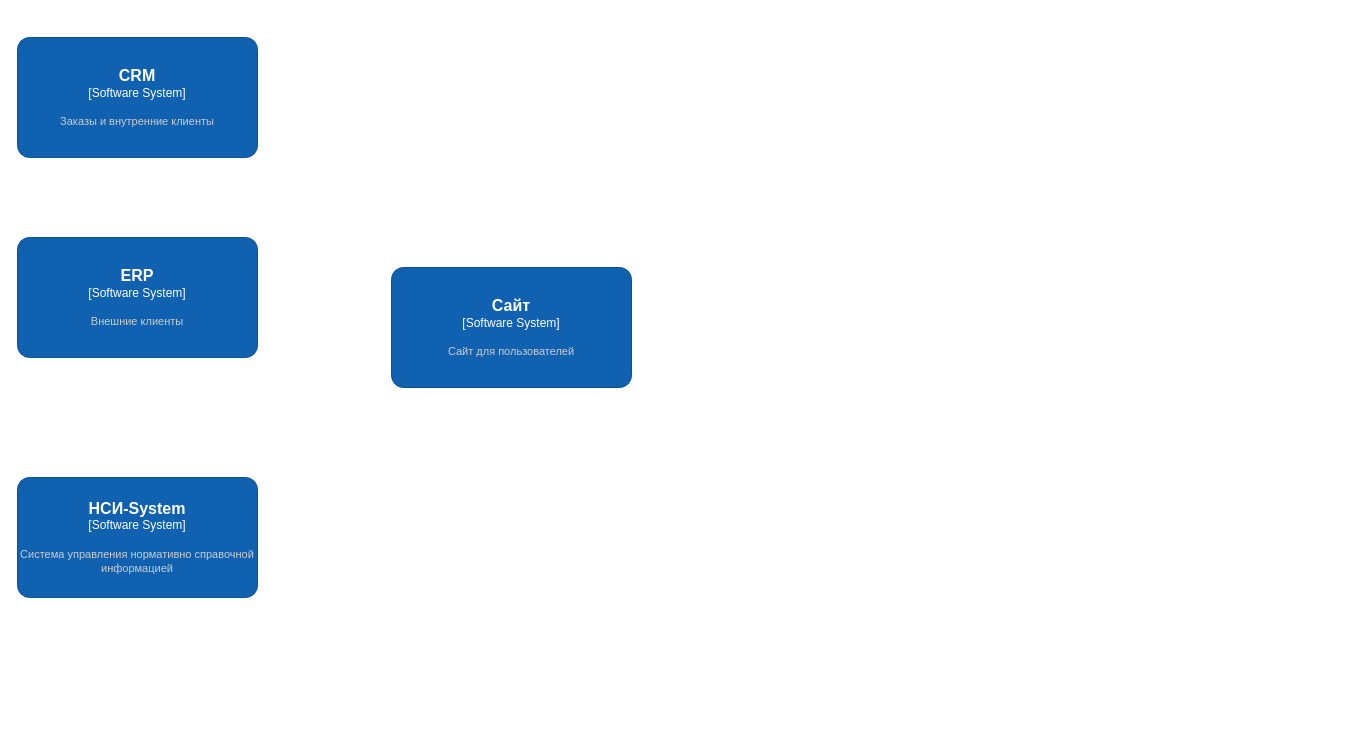
Above: Архитектура решения.drawio in debaucep/system-analyst-course (draw.io), before the change. Source tidied: cells renumbered, new cells numbered last; positions are measured from the earlier drawing's top-left corner, leaving out a move shared by most shapes. Both pictures are drawn from the tidied source at 100%, with x=0, y=0 at pixel (17, 37).
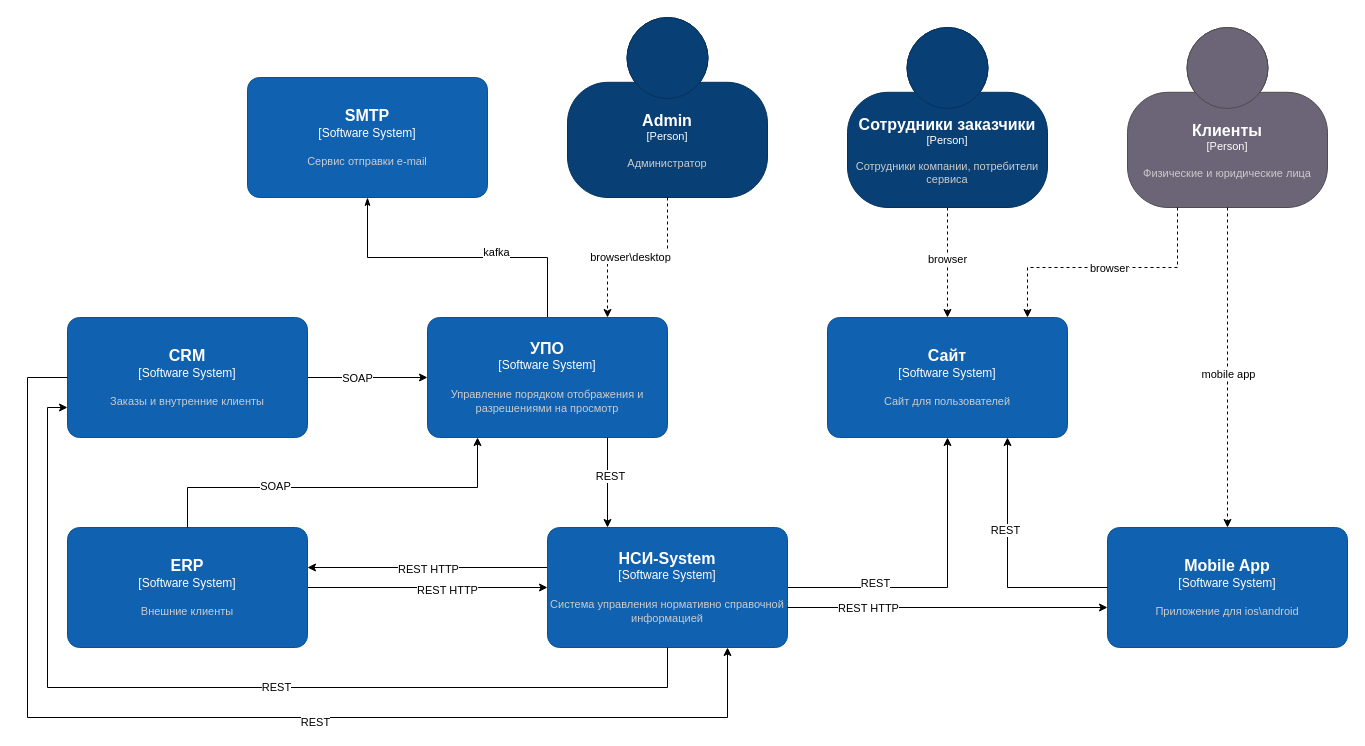
After the change.

Change to the diagram source:
```diff
@@
+    <mxCell id="6" style="edgeStyle=orthogonalEdgeStyle;rounded=0;jettySize=auto;html=1;" parent="1" edge="1" source="2" target="28">
+      <mxGeometry relative="1" as="geometry" />
+    </mxCell>
+    <mxCell id="7" value="SOAP" style="edgeLabel;html=1;align=center;verticalAlign=middle;numbered=0;" parent="6" vertex="1">
+      <mxGeometry x="-0.36" y="1" relative="1" as="geometry">
+        <mxPoint x="11" y="1" as="offset" />
+      </mxGeometry>
+    </mxCell>
     <object id="2" label="&lt;font style=&quot;font-size: 16px&quot;&gt;&lt;b&gt;%c4Name%&lt;/b&gt;&lt;/font&gt;&lt;div&gt;[%c4Type%]&lt;/div&gt;&lt;br&gt;&lt;div&gt;&lt;font style=&quot;font-size: 11px&quot;&gt;&lt;font color=&quot;#cccccc&quot;&gt;%c4Description%&lt;/font&gt;&lt;/div&gt;" c4Description="Заказы и внутренние клиенты" c4Name="CRM" c4Type="Software System" placeholders="1">
       <mxCell style="rounded=1;whiteSpace=wrap;html=1;labelBackgroundColor=none;fillColor=#1061B0;fontColor=#ffffff;align=center;arcSize=10;strokeColor=#0D5091;points=[[0.25,0,0],[0.5,0,0],[0.75,0,0],[1,0.25,0],[1,0.5,0],[1,0.75,0],[0.75,1,0],[0.5,1,0],[0.25,1,0],[0,0.75,0],[0,0.5,0],[0,0.25,0]];" parent="1" vertex="1">
-        <mxGeometry width="240" height="120" as="geometry" />
+        <mxGeometry x="50" y="280" width="240" height="120" as="geometry" />
       </mxCell>
     </object>
     <object id="3" label="&lt;font style=&quot;font-size: 16px&quot;&gt;&lt;b&gt;%c4Name%&lt;/b&gt;&lt;/font&gt;&lt;div&gt;[%c4Type%]&lt;/div&gt;&lt;br&gt;&lt;div&gt;&lt;font style=&quot;font-size: 11px&quot;&gt;&lt;font color=&quot;#cccccc&quot;&gt;%c4Description%&lt;/font&gt;&lt;/div&gt;" c4Description="Сайт для пользователей" c4Name="Сайт" c4Type="Software System" placeholders="1">
       <mxCell style="rounded=1;whiteSpace=wrap;html=1;labelBackgroundColor=none;fillColor=#1061B0;fontColor=#ffffff;align=center;arcSize=10;strokeColor=#0D5091;points=[[0.25,0,0],[0.5,0,0],[0.75,0,0],[1,0.25,0],[1,0.5,0],[1,0.75,0],[0.75,1,0],[0.5,1,0],[0.25,1,0],[0,0.75,0],[0,0.5,0],[0,0.25,0]];" parent="1" vertex="1">
-        <mxGeometry x="374" y="230" width="240" height="120" as="geometry" />
+        <mxGeometry x="810" y="280" width="240" height="120" as="geometry" />
       </mxCell>
     </object>
+    <mxCell id="8" style="edgeStyle=orthogonalEdgeStyle;rounded=0;jettySize=auto;html=1;" parent="1" edge="1" source="4" target="3">
+      <mxGeometry relative="1" as="geometry" />
+    </mxCell>
+    <mxCell id="9" value="REST" style="edgeLabel;html=1;align=center;verticalAlign=middle;numbered=0;" parent="8" vertex="1">
+      <mxGeometry x="-0.44" y="5" relative="1" as="geometry" />
+    </mxCell>
+    <mxCell id="10" style="edgeStyle=orthogonalEdgeStyle;rounded=0;jettySize=auto;html=1;" parent="1" edge="1" source="4" target="5">
+      <mxGeometry relative="1" as="geometry">
+        <Array as="points">
+          <mxPoint x="410" y="530" />
+          <mxPoint x="410" y="530" />
+        </Array>
+      </mxGeometry>
+    </mxCell>
+    <mxCell id="11" value="REST HTTP" style="edgeLabel;html=1;align=center;verticalAlign=middle;numbered=0;" parent="10" vertex="1">
+      <mxGeometry y="1" relative="1" as="geometry" />
+    </mxCell>
     <object id="4" label="&lt;font style=&quot;font-size: 16px&quot;&gt;&lt;b&gt;%c4Name%&lt;/b&gt;&lt;/font&gt;&lt;div&gt;[%c4Type%]&lt;/div&gt;&lt;br&gt;&lt;div&gt;&lt;font style=&quot;font-size: 11px&quot;&gt;&lt;font color=&quot;#cccccc&quot;&gt;%c4Description%&lt;/font&gt;&lt;/div&gt;" c4Description="Система управления нормативно справочной информацией" c4Name="НСИ-System" c4Type="Software System" placeholders="1">
       <mxCell style="rounded=1;whiteSpace=wrap;html=1;labelBackgroundColor=none;fillColor=#1061B0;fontColor=#ffffff;align=center;arcSize=10;strokeColor=#0D5091;points=[[0.25,0,0],[0.5,0,0],[0.75,0,0],[1,0.25,0],[1,0.5,0],[1,0.75,0],[0.75,1,0],[0.5,1,0],[0.25,1,0],[0,0.75,0],[0,0.5,0],[0,0.25,0]];" parent="1" vertex="1">
-        <mxGeometry y="440" width="240" height="120" as="geometry" />
+        <mxGeometry x="530" y="490" width="240" height="120" as="geometry" />
       </mxCell>
     </object>
+    <mxCell id="12" style="edgeStyle=orthogonalEdgeStyle;rounded=0;jettySize=auto;html=1;" parent="1" edge="1" source="5" target="4">
+      <mxGeometry relative="1" as="geometry" />
+    </mxCell>
+    <mxCell id="13" value="REST HTTP" style="edgeLabel;html=1;align=center;verticalAlign=middle;numbered=0;" parent="12" vertex="1">
+      <mxGeometry x="0.16" y="-2" relative="1" as="geometry" />
+    </mxCell>
     <object id="5" label="&lt;font style=&quot;font-size: 16px&quot;&gt;&lt;b&gt;%c4Name%&lt;/b&gt;&lt;/font&gt;&lt;div&gt;[%c4Type%]&lt;/div&gt;&lt;br&gt;&lt;div&gt;&lt;font style=&quot;font-size: 11px&quot;&gt;&lt;font color=&quot;#cccccc&quot;&gt;%c4Description%&lt;/font&gt;&lt;/div&gt;" c4Description="Внешние клиенты" c4Name="ERP" c4Type="Software System" placeholders="1">
       <mxCell style="rounded=1;whiteSpace=wrap;html=1;labelBackgroundColor=none;fillColor=#1061B0;fontColor=#ffffff;align=center;arcSize=10;strokeColor=#0D5091;points=[[0.25,0,0],[0.5,0,0],[0.75,0,0],[1,0.25,0],[1,0.5,0],[1,0.75,0],[0.75,1,0],[0.5,1,0],[0.25,1,0],[0,0.75,0],[0,0.5,0],[0,0.25,0]];" parent="1" vertex="1">
-        <mxGeometry y="200" width="240" height="120" as="geometry" />
+        <mxGeometry x="50" y="490" width="240" height="120" as="geometry" />
       </mxCell>
     </object>
+    <object id="14" label="&lt;font style=&quot;font-size: 16px&quot;&gt;&lt;b&gt;%c4Name%&lt;/b&gt;&lt;/font&gt;&lt;div&gt;[%c4Type%]&lt;/div&gt;&lt;br&gt;&lt;div&gt;&lt;font style=&quot;font-size: 11px&quot;&gt;&lt;font color=&quot;#cccccc&quot;&gt;%c4Description%&lt;/font&gt;&lt;/div&gt;" c4Description="Сервис отправки e-mail" c4Name="SMTP" c4Type="Software System" placeholders="1">
+      <mxCell style="rounded=1;whiteSpace=wrap;html=1;labelBackgroundColor=none;fillColor=#1061B0;fontColor=#ffffff;align=center;arcSize=10;strokeColor=#0D5091;points=[[0.25,0,0],[0.5,0,0],[0.75,0,0],[1,0.25,0],[1,0.5,0],[1,0.75,0],[0.75,1,0],[0.5,1,0],[0.25,1,0],[0,0.75,0],[0,0.5,0],[0,0.25,0]];" parent="1" vertex="1">
+        <mxGeometry x="230" y="40" width="240" height="120" as="geometry" />
+      </mxCell>
+    </object>
+    <mxCell id="15" style="edgeStyle=orthogonalEdgeStyle;rounded=0;jettySize=auto;html=1;dashed=1;" parent="1" edge="1" source="17" target="3">
+      <mxGeometry relative="1" as="geometry" />
+    </mxCell>
+    <mxCell id="16" value="browser" style="edgeLabel;html=1;align=center;verticalAlign=middle;numbered=0;" parent="15" vertex="1">
+      <mxGeometry x="-0.08" y="-1" relative="1" as="geometry" />
+    </mxCell>
+    <object id="17" label="&lt;font style=&quot;font-size: 16px&quot;&gt;&lt;b&gt;%c4Name%&lt;/b&gt;&lt;/font&gt;&lt;div&gt;[%c4Type%]&lt;/div&gt;&lt;br&gt;&lt;div&gt;&lt;font style=&quot;font-size: 11px&quot;&gt;&lt;font color=&quot;#cccccc&quot;&gt;%c4Description%&lt;/font&gt;&lt;/div&gt;" c4Description="Сотрудники компании, потребители сервиса" c4Name="Сотрудники заказчики" c4Type="Person" placeholders="1">
+      <mxCell style="html=1;fontSize=11;dashed=0;whiteSpace=wrap;fillColor=#083F75;strokeColor=#06315C;fontColor=#ffffff;shape=mxgraph.c4.person2;align=center;points=[[0.5,0,0],[1,0.5,0],[1,0.75,0],[0.75,1,0],[0.5,1,0],[0.25,1,0],[0,0.75,0],[0,0.5,0]];" parent="1" vertex="1">
+        <mxGeometry x="830" y="-10" width="200" height="180" as="geometry" />
+      </mxCell>
+    </object>
+    <object id="18" label="&lt;font style=&quot;font-size: 16px&quot;&gt;&lt;b&gt;%c4Name%&lt;/b&gt;&lt;/font&gt;&lt;div&gt;[%c4Type%]&lt;/div&gt;&lt;br&gt;&lt;div&gt;&lt;font style=&quot;font-size: 11px&quot;&gt;&lt;font color=&quot;#cccccc&quot;&gt;%c4Description%&lt;/font&gt;&lt;/div&gt;" c4Description="Физические и юридические лица" c4Name="Клиенты" c4Type="Person" placeholders="1">
+      <mxCell style="html=1;fontSize=11;dashed=0;whiteSpace=wrap;fillColor=#6C6477;strokeColor=#4D4D4D;fontColor=#ffffff;shape=mxgraph.c4.person2;align=center;points=[[0.5,0,0],[1,0.5,0],[1,0.75,0],[0.75,1,0],[0.5,1,0],[0.25,1,0],[0,0.75,0],[0,0.5,0]];" parent="1" vertex="1">
+        <mxGeometry x="1110" y="-10" width="200" height="180" as="geometry" />
+      </mxCell>
+    </object>
+    <object id="19" label="&lt;font style=&quot;font-size: 16px&quot;&gt;&lt;b&gt;%c4Name%&lt;/b&gt;&lt;/font&gt;&lt;div&gt;[%c4Type%]&lt;/div&gt;&lt;br&gt;&lt;div&gt;&lt;font style=&quot;font-size: 11px&quot;&gt;&lt;font color=&quot;#cccccc&quot;&gt;%c4Description%&lt;/font&gt;&lt;/div&gt;" c4Description="Приложение для ios\android" c4Name="Mobile App" c4Type="Software System" placeholders="1">
+      <mxCell style="rounded=1;whiteSpace=wrap;html=1;labelBackgroundColor=none;fillColor=#1061B0;fontColor=#ffffff;align=center;arcSize=10;strokeColor=#0D5091;points=[[0.25,0,0],[0.5,0,0],[0.75,0,0],[1,0.25,0],[1,0.5,0],[1,0.75,0],[0.75,1,0],[0.5,1,0],[0.25,1,0],[0,0.75,0],[0,0.5,0],[0,0.25,0]];" parent="1" vertex="1">
+        <mxGeometry x="1090" y="490" width="240" height="120" as="geometry" />
+      </mxCell>
+    </object>
+    <mxCell id="20" style="endArrow=classic;html=1;rounded=0;dashed=1;" parent="1" edge="1" source="18" target="19">
+      <mxGeometry relative="1" as="geometry" />
+    </mxCell>
+    <mxCell id="21" value="mobile app" style="edgeLabel;html=1;align=center;verticalAlign=middle;numbered=0;" parent="20" vertex="1">
+      <mxGeometry x="0.04" relative="1" as="geometry" />
+    </mxCell>
+    <mxCell id="22" style="endArrow=classic;html=1;rounded=0;dashed=1;edgeStyle=orthogonalEdgeStyle;" parent="1" edge="1" source="18" target="3">
+      <mxGeometry relative="1" as="geometry">
+        <Array as="points">
+          <mxPoint x="1160" y="230" />
+          <mxPoint x="1010" y="230" />
+        </Array>
+      </mxGeometry>
+    </mxCell>
+    <mxCell id="23" value="browser" style="edgeLabel;html=1;align=center;verticalAlign=middle;numbered=0;" parent="22" vertex="1">
+      <mxGeometry x="0.08" relative="1" as="geometry">
+        <mxPoint x="11" as="offset" />
+      </mxGeometry>
+    </mxCell>
+    <mxCell id="24" style="edgeStyle=orthogonalEdgeStyle;rounded=0;orthogonalLoop=1;jettySize=auto;html=1;entryX=0;entryY=0.5;entryDx=0;entryDy=0;entryPerimeter=0;" parent="1" edge="1">
+      <mxGeometry relative="1" as="geometry">
+        <mxPoint x="770" y="570" as="sourcePoint" />
+        <mxPoint x="1090" y="570" as="targetPoint" />
+      </mxGeometry>
+    </mxCell>
+    <mxCell id="25" value="REST HTTP" style="edgeLabel;html=1;align=center;verticalAlign=middle;numbered=0;" parent="24" vertex="1">
+      <mxGeometry x="-0.64" y="1" relative="1" as="geometry">
+        <mxPoint x="22" y="1" as="offset" />
+      </mxGeometry>
+    </mxCell>
+    <mxCell id="26" style="edgeStyle=orthogonalEdgeStyle;rounded=0;jettySize=auto;html=1;strokeWidth=1;endArrow=classicThin;endFill=1;" parent="1" edge="1" source="28" target="14">
+      <mxGeometry relative="1" as="geometry" />
+    </mxCell>
+    <mxCell id="27" value="kafka" style="edgeLabel;html=1;align=center;verticalAlign=middle;numbered=0;" parent="26" vertex="1">
+      <mxGeometry x="-0.22" y="5" relative="1" as="geometry">
+        <mxPoint x="5" y="-11" as="offset" />
+      </mxGeometry>
+    </mxCell>
+    <object id="28" label="&lt;font style=&quot;font-size: 16px&quot;&gt;&lt;b&gt;%c4Name%&lt;/b&gt;&lt;/font&gt;&lt;div&gt;[%c4Type%]&lt;/div&gt;&lt;br&gt;&lt;div&gt;&lt;font style=&quot;font-size: 11px&quot;&gt;&lt;font color=&quot;#cccccc&quot;&gt;%c4Description%&lt;/font&gt;&lt;/div&gt;" c4Description="Управление порядком отображения и разрешениями на просмотр" c4Name="УПО" c4Type="Software System" placeholders="1">
+      <mxCell style="rounded=1;whiteSpace=wrap;html=1;labelBackgroundColor=none;fillColor=#1061B0;fontColor=#ffffff;align=center;arcSize=10;strokeColor=#0D5091;points=[[0.25,0,0],[0.5,0,0],[0.75,0,0],[1,0.25,0],[1,0.5,0],[1,0.75,0],[0.75,1,0],[0.5,1,0],[0.25,1,0],[0,0.75,0],[0,0.5,0],[0,0.25,0]];" parent="1" vertex="1">
+        <mxGeometry x="410" y="280" width="240" height="120" as="geometry" />
+      </mxCell>
+    </object>
+    <mxCell id="29" style="edgeStyle=orthogonalEdgeStyle;rounded=0;jettySize=auto;html=1;entryX=0;entryY=0.75;entryDx=0;entryDy=0;entryPerimeter=0;" parent="1" edge="1" source="4" target="2">
+      <mxGeometry relative="1" as="geometry">
+        <Array as="points">
+          <mxPoint x="650" y="650" />
+          <mxPoint x="30" y="650" />
+          <mxPoint x="30" y="370" />
+        </Array>
+      </mxGeometry>
+    </mxCell>
+    <mxCell id="30" value="REST" style="edgeLabel;html=1;align=center;verticalAlign=middle;numbered=0;" parent="29" vertex="1">
+      <mxGeometry x="-0.1" y="-1" relative="1" as="geometry" />
+    </mxCell>
+    <mxCell id="31" style="edgeStyle=orthogonalEdgeStyle;rounded=0;jettySize=auto;html=1;entryX=0.75;entryY=1;entryDx=0;entryDy=0;entryPerimeter=0;" parent="1" edge="1" source="2" target="4">
+      <mxGeometry relative="1" as="geometry">
+        <Array as="points">
+          <mxPoint x="10" y="340" />
+          <mxPoint x="10" y="680" />
+          <mxPoint x="710" y="680" />
+        </Array>
+      </mxGeometry>
+    </mxCell>
+    <mxCell id="32" value="REST" style="edgeLabel;html=1;align=center;verticalAlign=middle;numbered=0;" parent="31" vertex="1">
+      <mxGeometry x="0.16" y="-4" relative="1" as="geometry" />
+    </mxCell>
+    <mxCell id="33" style="edgeStyle=orthogonalEdgeStyle;rounded=0;jettySize=auto;html=1;" parent="1" edge="1" source="5" target="28">
+      <mxGeometry relative="1" as="geometry">
+        <Array as="points">
+          <mxPoint x="170" y="450" />
+          <mxPoint x="460" y="450" />
+        </Array>
+      </mxGeometry>
+    </mxCell>
+    <mxCell id="34" value="SOAP" style="edgeLabel;html=1;align=center;verticalAlign=middle;numbered=0;" parent="33" vertex="1">
+      <mxGeometry x="-0.33" y="2" relative="1" as="geometry" />
+    </mxCell>
+    <object id="35" label="&lt;font style=&quot;font-size: 16px&quot;&gt;&lt;b&gt;%c4Name%&lt;/b&gt;&lt;/font&gt;&lt;div&gt;[%c4Type%]&lt;/div&gt;&lt;br&gt;&lt;div&gt;&lt;font style=&quot;font-size: 11px&quot;&gt;&lt;font color=&quot;#cccccc&quot;&gt;%c4Description%&lt;/font&gt;&lt;/div&gt;" c4Description="Администратор" c4Name="Admin" c4Type="Person" placeholders="1">
+      <mxCell style="html=1;fontSize=11;dashed=0;whiteSpace=wrap;fillColor=#083F75;strokeColor=#06315C;fontColor=#ffffff;shape=mxgraph.c4.person2;align=center;points=[[0.5,0,0],[1,0.5,0],[1,0.75,0],[0.75,1,0],[0.5,1,0],[0.25,1,0],[0,0.75,0],[0,0.5,0]];" parent="1" vertex="1">
+        <mxGeometry x="550" y="-20" width="200" height="180" as="geometry" />
+      </mxCell>
+    </object>
+    <mxCell id="36" style="edgeStyle=orthogonalEdgeStyle;rounded=0;jettySize=auto;html=1;entryX=0.75;entryY=0;entryDx=0;entryDy=0;entryPerimeter=0;dashed=1;" parent="1" edge="1" source="35" target="28">
+      <mxGeometry relative="1" as="geometry" />
+    </mxCell>
+    <mxCell id="37" value="browser\desktop" style="edgeLabel;html=1;align=center;verticalAlign=middle;numbered=0;" parent="36" vertex="1">
+      <mxGeometry x="0.09" y="-1" relative="1" as="geometry" />
+    </mxCell>
+    <mxCell id="38" style="edgeStyle=orthogonalEdgeStyle;rounded=0;jettySize=auto;html=1;exitX=0.75;exitY=1;exitDx=0;exitDy=0;exitPerimeter=0;entryX=0.25;entryY=0;entryDx=0;entryDy=0;entryPerimeter=0;" parent="1" edge="1" source="28" target="4">
+      <mxGeometry relative="1" as="geometry" />
+    </mxCell>
+    <mxCell id="39" value="REST" style="edgeLabel;html=1;align=center;verticalAlign=middle;numbered=0;" parent="38" vertex="1">
+      <mxGeometry x="-0.13" y="2" relative="1" as="geometry">
+        <mxPoint y="-1" as="offset" />
+      </mxGeometry>
+    </mxCell>
+    <mxCell id="40" style="edgeStyle=orthogonalEdgeStyle;rounded=0;jettySize=auto;html=1;entryX=0.75;entryY=1;entryDx=0;entryDy=0;entryPerimeter=0;" parent="1" edge="1" source="19" target="3">
+      <mxGeometry relative="1" as="geometry" />
+    </mxCell>
+    <mxCell id="41" value="REST" style="edgeLabel;html=1;align=center;verticalAlign=middle;numbered=0;" parent="40" vertex="1">
+      <mxGeometry x="0.26" y="3" relative="1" as="geometry" />
+    </mxCell>
```
